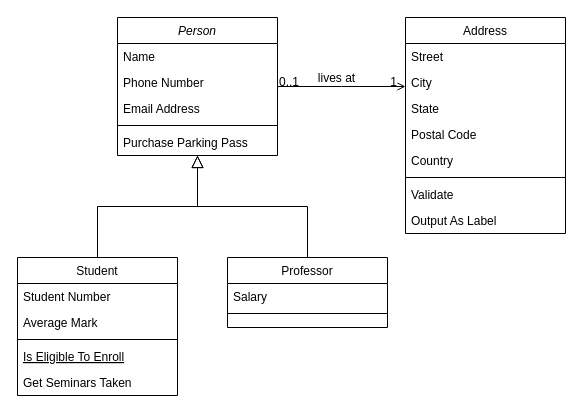
Before: Диаграмма без названия.drawio in 03Vlados/-4_-_-_--12, a draw.io diagram. Source tidied: cells renumbered, new cells numbered last; positions are measured from the earlier drawing's top-left corner, leaving out a move shared by most shapes. Both pictures are drawn from the tidied source at 100%, with x=0, y=0 at pixel (17, 17).
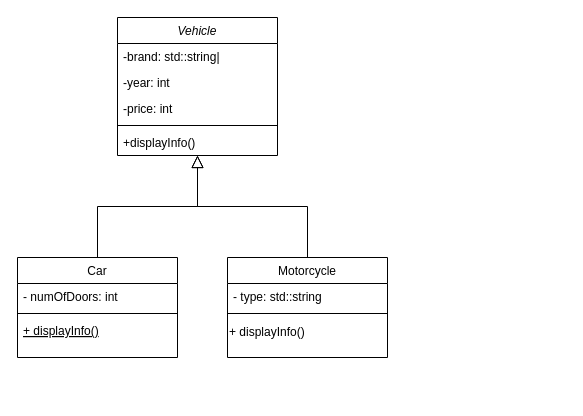
Above is the later version.

What changed in the source:
```diff
@@
-    <mxCell id="2" value="Person" style="swimlane;fontStyle=2;align=center;verticalAlign=top;horizontal=1;startSize=26;rounded=0;shadow=0;strokeWidth=1;" parent="1" vertex="1">
+    <mxCell id="2" value="Vehicle" style="swimlane;fontStyle=2;align=center;verticalAlign=top;horizontal=1;startSize=26;rounded=0;shadow=0;strokeWidth=1;" parent="1" vertex="1">
       <mxGeometry x="100" width="160" height="138" as="geometry" />
     </mxCell>
-    <mxCell id="3" value="Name" style="text;align=left;verticalAlign=top;spacingLeft=4;spacingRight=4;overflow=hidden;" parent="2" vertex="1">
+    <mxCell id="3" value="-brand: std::string|" style="text;align=left;verticalAlign=top;spacingLeft=4;spacingRight=4;overflow=hidden;" parent="2" vertex="1">
       <mxGeometry y="26" width="160" height="26" as="geometry" />
     </mxCell>
-    <mxCell id="4" value="Phone Number" style="text;align=left;verticalAlign=top;spacingLeft=4;spacingRight=4;overflow=hidden;rounded=0;shadow=0;html=0;" parent="2" vertex="1">
+    <mxCell id="4" value="-year: int " style="text;align=left;verticalAlign=top;spacingLeft=4;spacingRight=4;overflow=hidden;rounded=0;shadow=0;html=0;" parent="2" vertex="1">
       <mxGeometry y="52" width="160" height="26" as="geometry" />
     </mxCell>
-    <mxCell id="5" value="Email Address" style="text;align=left;verticalAlign=top;spacingLeft=4;spacingRight=4;overflow=hidden;rounded=0;shadow=0;html=0;" parent="2" vertex="1">
+    <mxCell id="5" value="-price: int" style="text;align=left;verticalAlign=top;spacingLeft=4;spacingRight=4;overflow=hidden;rounded=0;shadow=0;html=0;" parent="2" vertex="1">
       <mxGeometry y="78" width="160" height="26" as="geometry" />
     </mxCell>
@@
-    <mxCell id="7" value="Purchase Parking Pass" style="text;align=left;verticalAlign=top;spacingLeft=4;spacingRight=4;overflow=hidden;" parent="2" vertex="1">
+    <mxCell id="7" value="+displayInfo() " style="text;align=left;verticalAlign=top;spacingLeft=4;spacingRight=4;overflow=hidden;" parent="2" vertex="1">
       <mxGeometry y="112" width="160" height="26" as="geometry" />
     </mxCell>
-    <mxCell id="8" value="Student" style="swimlane;fontStyle=0;align=center;verticalAlign=top;horizontal=1;startSize=26;rounded=0;shadow=0;strokeWidth=1;" parent="1" vertex="1">
-      <mxGeometry y="240" width="160" height="138" as="geometry" />
+    <mxCell id="8" value="Car" style="swimlane;fontStyle=0;align=center;verticalAlign=top;horizontal=1;startSize=26;rounded=0;shadow=0;strokeWidth=1;" parent="1" vertex="1">
+      <mxGeometry y="240" width="160" height="100" as="geometry" />
     </mxCell>
-    <mxCell id="9" value="Student Number" style="text;align=left;verticalAlign=top;spacingLeft=4;spacingRight=4;overflow=hidden;" parent="8" vertex="1">
+    <mxCell id="9" value="- numOfDoors: int " style="text;align=left;verticalAlign=top;spacingLeft=4;spacingRight=4;overflow=hidden;" parent="8" vertex="1">
       <mxGeometry y="26" width="160" height="26" as="geometry" />
     </mxCell>
-    <mxCell id="10" value="Average Mark" style="text;align=left;verticalAlign=top;spacingLeft=4;spacingRight=4;overflow=hidden;rounded=0;shadow=0;html=0;" parent="8" vertex="1">
-      <mxGeometry y="52" width="160" height="26" as="geometry" />
-    </mxCell>
     <mxCell id="11" style="line;html=1;strokeWidth=1;align=left;verticalAlign=middle;spacingTop=-1;spacingLeft=3;spacingRight=3;labelPosition=right;" parent="8" vertex="1">
-      <mxGeometry y="78" width="160" height="8" as="geometry" />
+      <mxGeometry y="52" width="160" height="8" as="geometry" />
     </mxCell>
-    <mxCell id="12" value="Is Eligible To Enroll" style="text;align=left;verticalAlign=top;spacingLeft=4;spacingRight=4;overflow=hidden;fontStyle=4;" parent="8" vertex="1">
-      <mxGeometry y="86" width="160" height="26" as="geometry" />
+    <mxCell id="12" value="+ displayInfo()  " style="text;align=left;verticalAlign=top;spacingLeft=4;spacingRight=4;overflow=hidden;fontStyle=4;" parent="8" vertex="1">
+      <mxGeometry y="60" width="160" height="26" as="geometry" />
     </mxCell>
-    <mxCell id="13" value="Get Seminars Taken" style="text;align=left;verticalAlign=top;spacingLeft=4;spacingRight=4;overflow=hidden;" parent="8" vertex="1">
-      <mxGeometry y="112" width="160" height="26" as="geometry" />
-    </mxCell>
@@
-    <mxCell id="15" value="Professor" style="swimlane;fontStyle=0;align=center;verticalAlign=top;horizontal=1;startSize=26;rounded=0;shadow=0;strokeWidth=1;" parent="1" vertex="1">
-      <mxGeometry x="210" y="240" width="160" height="70" as="geometry" />
+    <mxCell id="15" value="Motorcycle" style="swimlane;fontStyle=0;align=center;verticalAlign=top;horizontal=1;startSize=26;rounded=0;shadow=0;strokeWidth=1;" parent="1" vertex="1">
+      <mxGeometry x="210" y="240" width="160" height="100" as="geometry" />
     </mxCell>
-    <mxCell id="16" value="Salary" style="text;align=left;verticalAlign=top;spacingLeft=4;spacingRight=4;overflow=hidden;" parent="15" vertex="1">
+    <mxCell id="16" value="- type: std::string" style="text;align=left;verticalAlign=top;spacingLeft=4;spacingRight=4;overflow=hidden;" parent="15" vertex="1">
       <mxGeometry y="26" width="160" height="26" as="geometry" />
     </mxCell>
@@
+    <mxCell id="32" value="+ displayInfo() " style="text;strokeColor=none;align=left;fillColor=none;html=1;verticalAlign=middle;whiteSpace=wrap;rounded=0;" parent="15" vertex="1">
+      <mxGeometry y="60" width="160" height="30" as="geometry" />
+    </mxCell>
@@
-    <mxCell id="19" value="Address" style="swimlane;fontStyle=0;align=center;verticalAlign=top;horizontal=1;startSize=26;rounded=0;shadow=0;strokeWidth=1;" parent="1" vertex="1">
-      <mxGeometry x="388" width="160" height="216" as="geometry" />
-    </mxCell>
-    <mxCell id="20" value="Street" style="text;align=left;verticalAlign=top;spacingLeft=4;spacingRight=4;overflow=hidden;" parent="19" vertex="1">
-      <mxGeometry y="26" width="160" height="26" as="geometry" />
-    </mxCell>
-    <mxCell id="21" value="City" style="text;align=left;verticalAlign=top;spacingLeft=4;spacingRight=4;overflow=hidden;rounded=0;shadow=0;html=0;" parent="19" vertex="1">
-      <mxGeometry y="52" width="160" height="26" as="geometry" />
-    </mxCell>
-    <mxCell id="22" value="State" style="text;align=left;verticalAlign=top;spacingLeft=4;spacingRight=4;overflow=hidden;rounded=0;shadow=0;html=0;" parent="19" vertex="1">
-      <mxGeometry y="78" width="160" height="26" as="geometry" />
-    </mxCell>
-    <mxCell id="23" value="Postal Code" style="text;align=left;verticalAlign=top;spacingLeft=4;spacingRight=4;overflow=hidden;rounded=0;shadow=0;html=0;" parent="19" vertex="1">
-      <mxGeometry y="104" width="160" height="26" as="geometry" />
-    </mxCell>
-    <mxCell id="24" value="Country" style="text;align=left;verticalAlign=top;spacingLeft=4;spacingRight=4;overflow=hidden;rounded=0;shadow=0;html=0;" parent="19" vertex="1">
-      <mxGeometry y="130" width="160" height="26" as="geometry" />
-    </mxCell>
-    <mxCell id="25" style="line;html=1;strokeWidth=1;align=left;verticalAlign=middle;spacingTop=-1;spacingLeft=3;spacingRight=3;labelPosition=right;" parent="19" vertex="1">
-      <mxGeometry y="156" width="160" height="8" as="geometry" />
-    </mxCell>
-    <mxCell id="26" value="Validate" style="text;align=left;verticalAlign=top;spacingLeft=4;spacingRight=4;overflow=hidden;" parent="19" vertex="1">
-      <mxGeometry y="164" width="160" height="26" as="geometry" />
-    </mxCell>
-    <mxCell id="27" value="Output As Label" style="text;align=left;verticalAlign=top;spacingLeft=4;spacingRight=4;overflow=hidden;" parent="19" vertex="1">
-      <mxGeometry y="190" width="160" height="26" as="geometry" />
-    </mxCell>
-    <mxCell id="28" style="endArrow=open;shadow=0;strokeWidth=1;rounded=0;endFill=1;edgeStyle=elbowEdgeStyle;elbow=vertical;" parent="1" edge="1" source="2" target="19">
-      <mxGeometry x="0.5" y="41" relative="1" as="geometry">
-        <mxPoint x="-40" y="32" as="offset" />
-      </mxGeometry>
-    </mxCell>
-    <mxCell id="29" value="0..1" style="align=left;verticalAlign=bottom;labelBackgroundColor=none;fontSize=12;" parent="28" vertex="1">
-      <mxGeometry x="-1" relative="1" as="geometry">
-        <mxPoint y="4" as="offset" />
-      </mxGeometry>
-    </mxCell>
-    <mxCell id="30" value="1" style="align=right;verticalAlign=bottom;labelBackgroundColor=none;fontSize=12;" parent="28" vertex="1">
-      <mxGeometry x="1" relative="1" as="geometry">
-        <mxPoint x="-7" y="4" as="offset" />
-      </mxGeometry>
-    </mxCell>
-    <mxCell id="31" value="lives at" style="text;html=1;align=center;verticalAlign=middle;labelBackgroundColor=none;rounded=0;shadow=0;strokeWidth=1;fontSize=12;" parent="28" vertex="1">
-      <mxGeometry x="0.5" y="49" relative="1" as="geometry">
-        <mxPoint x="-38" y="40" as="offset" />
-      </mxGeometry>
-    </mxCell>
```
